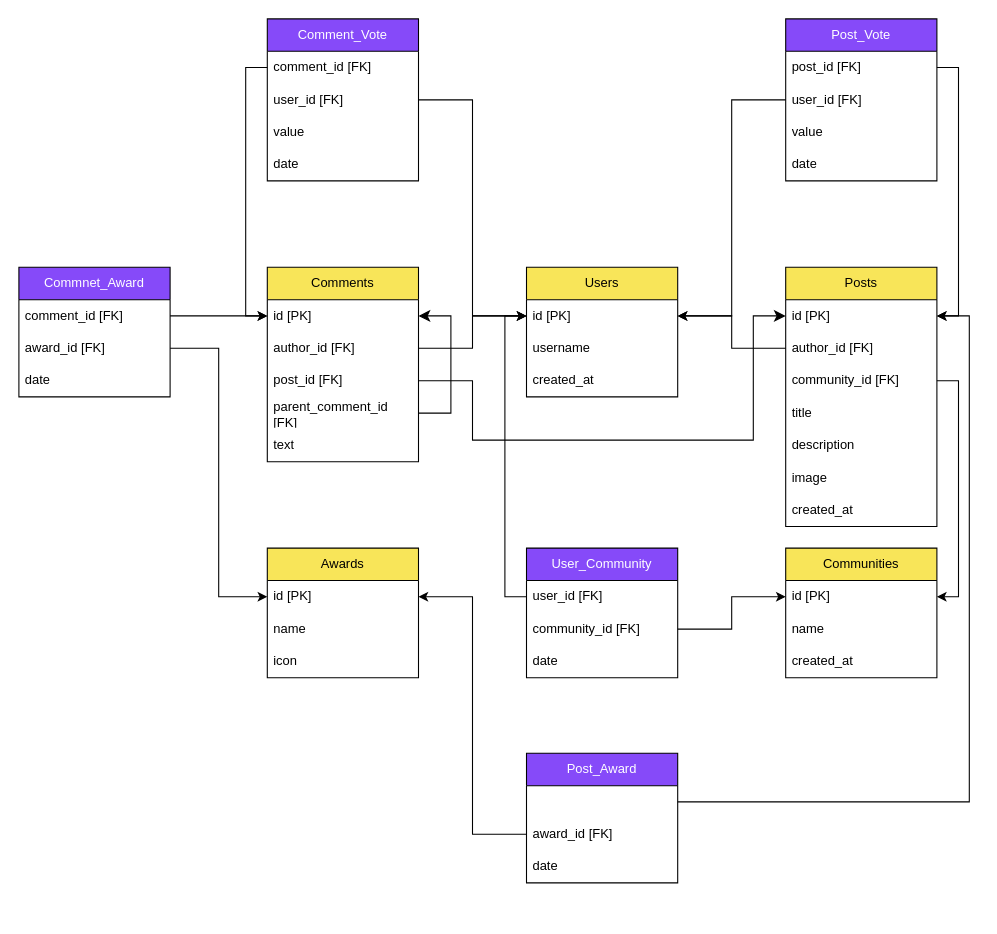
Before: model/mini_reddit.drawio in adamrer/mini-reddit, a draw.io diagram. Source tidied: cells renumbered, new cells numbered last; positions are measured from the earlier drawing's top-left corner, leaving out a move shared by most shapes. Both pictures are drawn from the tidied source at 108%, with x=0, y=0 at pixel (18, 18).
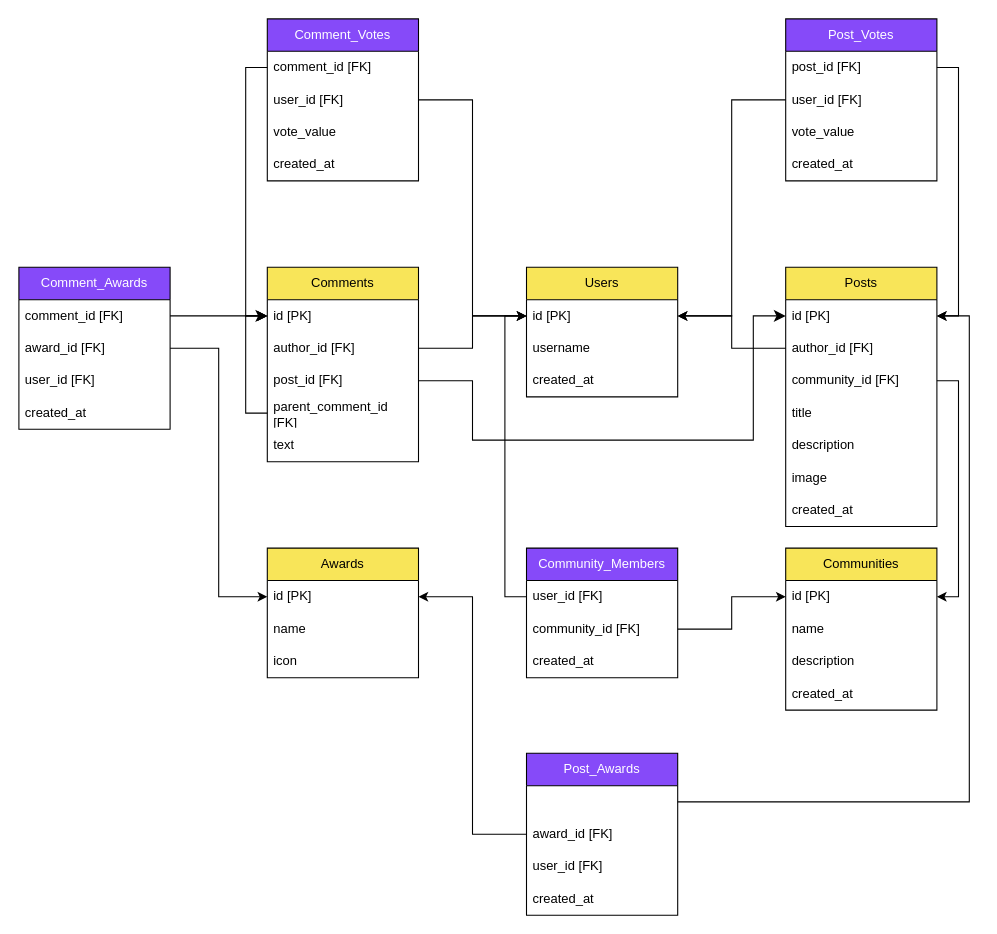
Above is the later version.

The change refers to these unchanged cells:
```xml
<mxCell id="2" value="Comments" style="swimlane;fontStyle=0;horizontal=1;startSize=30;whiteSpace=wrap;html=1;fillColor=light-dark(#f8e559, #F8E559);fontColor=light-dark(#000000,#000000);" parent="1" vertex="1">
  <mxGeometry x="230" y="230" width="140" height="180" as="geometry" />
</mxCell>
<mxCell id="3" value="id [PK]" style="text;strokeColor=none;fillColor=none;align=left;verticalAlign=middle;spacingLeft=4;spacingRight=4;overflow=hidden;points=[[0,0.5],[1,0.5]];portConstraint=eastwest;whiteSpace=wrap;html=1;" parent="2" vertex="1">
  <mxGeometry y="30" width="140" height="30" as="geometry" />
</mxCell>
<mxCell id="7" value="parent_comment_id [FK]" style="text;strokeColor=none;fillColor=none;align=left;verticalAlign=middle;spacingLeft=4;spacingRight=4;overflow=hidden;points=[[0,0.5],[1,0.5]];portConstraint=eastwest;whiteSpace=wrap;html=1;" parent="2" vertex="1">
  <mxGeometry y="120" width="140" height="30" as="geometry" />
</mxCell>
```

Diff of the diagram source:
```diff
@@
-    <mxCell id="6" style="edgeStyle=orthogonalEdgeStyle;rounded=0;jettySize=auto;html=1;exitX=1;exitY=0.5;exitDx=0;exitDy=0;entryX=1;entryY=0.5;entryDx=0;entryDy=0;fontSize=12;startSize=8;endSize=8;" parent="2" edge="1" source="7" target="3">
+    <mxCell id="6" style="edgeStyle=orthogonalEdgeStyle;rounded=0;jettySize=auto;html=1;exitX=0;exitY=0.5;exitDx=0;exitDy=0;entryX=0;entryY=0.5;entryDx=0;entryDy=0;fontSize=12;startSize=8;endSize=8;" parent="2" edge="1" source="7" target="3">
       <mxGeometry relative="1" as="geometry">
         <Array as="points">
-          <mxPoint x="170" y="135" />
-          <mxPoint x="170" y="45" />
+          <mxPoint x="-20" y="135" />
+          <mxPoint x="-20" y="45" />
         </Array>
       </mxGeometry>
     </mxCell>
@@
     <mxCell id="21" value="Communities" style="swimlane;fontStyle=0;horizontal=1;startSize=30;whiteSpace=wrap;html=1;fillColor=light-dark(#f8e559, #F8E559);fontColor=light-dark(#000000,#000000);" parent="1" vertex="1">
-      <mxGeometry x="710" y="490" width="140" height="120" as="geometry" />
+      <mxGeometry x="710" y="490" width="140" height="150" as="geometry" />
     </mxCell>
@@
+    <mxCell id="65" value="description" style="text;strokeColor=none;fillColor=none;align=left;verticalAlign=middle;spacingLeft=4;spacingRight=4;overflow=hidden;whiteSpace=wrap;html=1;" parent="21" vertex="1">
+      <mxGeometry y="90" width="140" height="30" as="geometry" />
+    </mxCell>
     <mxCell id="24" value="created_at" style="text;strokeColor=none;fillColor=none;align=left;verticalAlign=middle;spacingLeft=4;spacingRight=4;overflow=hidden;whiteSpace=wrap;html=1;" parent="21" vertex="1">
-      <mxGeometry y="90" width="140" height="30" as="geometry" />
+      <mxGeometry y="120" width="140" height="30" as="geometry" />
     </mxCell>
@@
-    <mxCell id="29" value="Comment_Vote" style="swimlane;fontStyle=0;horizontal=1;startSize=30;whiteSpace=wrap;html=1;fillColor=light-dark(#864af9, #864AF9);fontColor=light-dark(#FFFFFF,#FFFFFF);" parent="1" vertex="1">
+    <mxCell id="29" value="Comment_Votes" style="swimlane;fontStyle=0;horizontal=1;startSize=30;whiteSpace=wrap;html=1;fillColor=light-dark(#864af9, #864AF9);fontColor=light-dark(#FFFFFF,#FFFFFF);" parent="1" vertex="1">
       <mxGeometry x="230" width="140" height="150" as="geometry" />
     </mxCell>
@@
-    <mxCell id="32" value="value" style="text;strokeColor=none;fillColor=none;align=left;verticalAlign=middle;spacingLeft=4;spacingRight=4;overflow=hidden;whiteSpace=wrap;html=1;" parent="29" vertex="1">
+    <mxCell id="32" value="vote_value" style="text;strokeColor=none;fillColor=none;align=left;verticalAlign=middle;spacingLeft=4;spacingRight=4;overflow=hidden;whiteSpace=wrap;html=1;" parent="29" vertex="1">
       <mxGeometry y="90" width="140" height="30" as="geometry" />
     </mxCell>
-    <mxCell id="33" value="date" style="text;strokeColor=none;fillColor=none;align=left;verticalAlign=middle;spacingLeft=4;spacingRight=4;overflow=hidden;whiteSpace=wrap;html=1;" parent="29" vertex="1">
+    <mxCell id="33" value="created_at" style="text;strokeColor=none;fillColor=none;align=left;verticalAlign=middle;spacingLeft=4;spacingRight=4;overflow=hidden;whiteSpace=wrap;html=1;" parent="29" vertex="1">
       <mxGeometry y="120" width="140" height="30" as="geometry" />
     </mxCell>
-    <mxCell id="34" value="Post_Vote" style="swimlane;fontStyle=0;horizontal=1;startSize=30;whiteSpace=wrap;html=1;fillColor=light-dark(#864af9, #864AF9);fontColor=light-dark(#FFFFFF,#FFFFFF);" parent="1" vertex="1">
+    <mxCell id="34" value="Post_Votes" style="swimlane;fontStyle=0;horizontal=1;startSize=30;whiteSpace=wrap;html=1;fillColor=light-dark(#864af9, #864AF9);fontColor=light-dark(#FFFFFF,#FFFFFF);" parent="1" vertex="1">
       <mxGeometry x="710" width="140" height="150" as="geometry" />
     </mxCell>
@@
-    <mxCell id="37" value="value" style="text;strokeColor=none;fillColor=none;align=left;verticalAlign=middle;spacingLeft=4;spacingRight=4;overflow=hidden;whiteSpace=wrap;html=1;" parent="34" vertex="1">
+    <mxCell id="37" value="vote_value" style="text;strokeColor=none;fillColor=none;align=left;verticalAlign=middle;spacingLeft=4;spacingRight=4;overflow=hidden;whiteSpace=wrap;html=1;" parent="34" vertex="1">
       <mxGeometry y="90" width="140" height="30" as="geometry" />
     </mxCell>
-    <mxCell id="38" value="date" style="text;strokeColor=none;fillColor=none;align=left;verticalAlign=middle;spacingLeft=4;spacingRight=4;overflow=hidden;whiteSpace=wrap;html=1;" parent="34" vertex="1">
+    <mxCell id="38" value="created_at" style="text;strokeColor=none;fillColor=none;align=left;verticalAlign=middle;spacingLeft=4;spacingRight=4;overflow=hidden;whiteSpace=wrap;html=1;" parent="34" vertex="1">
       <mxGeometry y="120" width="140" height="30" as="geometry" />
     </mxCell>
-    <mxCell id="39" value="Post_Award" style="swimlane;fontStyle=0;horizontal=1;startSize=30;whiteSpace=wrap;html=1;fillColor=light-dark(#864af9, #864AF9);fontColor=light-dark(#FFFFFF,#FFFFFF);" parent="1" vertex="1">
-      <mxGeometry x="470" y="680" width="140" height="120" as="geometry" />
+    <mxCell id="39" value="Post_Awards" style="swimlane;fontStyle=0;horizontal=1;startSize=30;whiteSpace=wrap;html=1;fillColor=light-dark(#864af9, #864AF9);fontColor=light-dark(#FFFFFF,#FFFFFF);" parent="1" vertex="1">
+      <mxGeometry x="470" y="680" width="140" height="150" as="geometry" />
     </mxCell>
@@
+    <mxCell id="66" value="user_id [FK]" style="text;strokeColor=none;fillColor=none;align=left;verticalAlign=middle;spacingLeft=4;spacingRight=4;overflow=hidden;whiteSpace=wrap;html=1;" parent="39" vertex="1">
+      <mxGeometry y="90" width="140" height="30" as="geometry" />
+    </mxCell>
-    <mxCell id="42" value="date" style="text;strokeColor=none;fillColor=none;align=left;verticalAlign=middle;spacingLeft=4;spacingRight=4;overflow=hidden;whiteSpace=wrap;html=1;" parent="39" vertex="1">
-      <mxGeometry y="90" width="140" height="30" as="geometry" />
+    <mxCell id="42" value="created_at" style="text;strokeColor=none;fillColor=none;align=left;verticalAlign=middle;spacingLeft=4;spacingRight=4;overflow=hidden;whiteSpace=wrap;html=1;" parent="39" vertex="1">
+      <mxGeometry y="120" width="140" height="30" as="geometry" />
     </mxCell>
-    <mxCell id="43" value="User_Community" style="swimlane;fontStyle=0;horizontal=1;startSize=30;whiteSpace=wrap;html=1;fillColor=light-dark(#864af9, #864AF9);fontColor=light-dark(#FFFFFF,#FFFFFF);" parent="1" vertex="1">
+    <mxCell id="43" value="Community_Members" style="swimlane;fontStyle=0;horizontal=1;startSize=30;whiteSpace=wrap;html=1;fillColor=light-dark(#864af9, #864AF9);fontColor=light-dark(#FFFFFF,#FFFFFF);" parent="1" vertex="1">
       <mxGeometry x="470" y="490" width="140" height="120" as="geometry" />
     </mxCell>
@@
-    <mxCell id="46" value="date" style="text;strokeColor=none;fillColor=none;align=left;verticalAlign=middle;spacingLeft=4;spacingRight=4;overflow=hidden;whiteSpace=wrap;html=1;" parent="43" vertex="1">
+    <mxCell id="46" value="created_at" style="text;strokeColor=none;fillColor=none;align=left;verticalAlign=middle;spacingLeft=4;spacingRight=4;overflow=hidden;whiteSpace=wrap;html=1;" parent="43" vertex="1">
       <mxGeometry y="90" width="140" height="30" as="geometry" />
     </mxCell>
-    <mxCell id="47" value="Commnet_Award" style="swimlane;fontStyle=0;horizontal=1;startSize=30;whiteSpace=wrap;html=1;fillColor=light-dark(#864af9, #864AF9);fontColor=light-dark(#FFFFFF,#FFFFFF);" parent="1" vertex="1">
-      <mxGeometry y="230" width="140" height="120" as="geometry" />
+    <mxCell id="47" value="Comment_Awards" style="swimlane;fontStyle=0;horizontal=1;startSize=30;whiteSpace=wrap;html=1;fillColor=light-dark(#864af9, #864AF9);fontColor=light-dark(#FFFFFF,#FFFFFF);" parent="1" vertex="1">
+      <mxGeometry y="230" width="140" height="150" as="geometry" />
     </mxCell>
@@
+    <mxCell id="67" value="user_id [FK]" style="text;strokeColor=none;fillColor=none;align=left;verticalAlign=middle;spacingLeft=4;spacingRight=4;overflow=hidden;whiteSpace=wrap;html=1;" parent="47" vertex="1">
+      <mxGeometry y="90" width="140" height="30" as="geometry" />
+    </mxCell>
-    <mxCell id="51" value="date" style="text;strokeColor=none;fillColor=none;align=left;verticalAlign=middle;spacingLeft=4;spacingRight=4;overflow=hidden;whiteSpace=wrap;html=1;" parent="47" vertex="1">
-      <mxGeometry y="90" width="140" height="30" as="geometry" />
+    <mxCell id="51" value="created_at" style="text;strokeColor=none;fillColor=none;align=left;verticalAlign=middle;spacingLeft=4;spacingRight=4;overflow=hidden;whiteSpace=wrap;html=1;" parent="47" vertex="1">
+      <mxGeometry y="120" width="140" height="30" as="geometry" />
     </mxCell>
```
